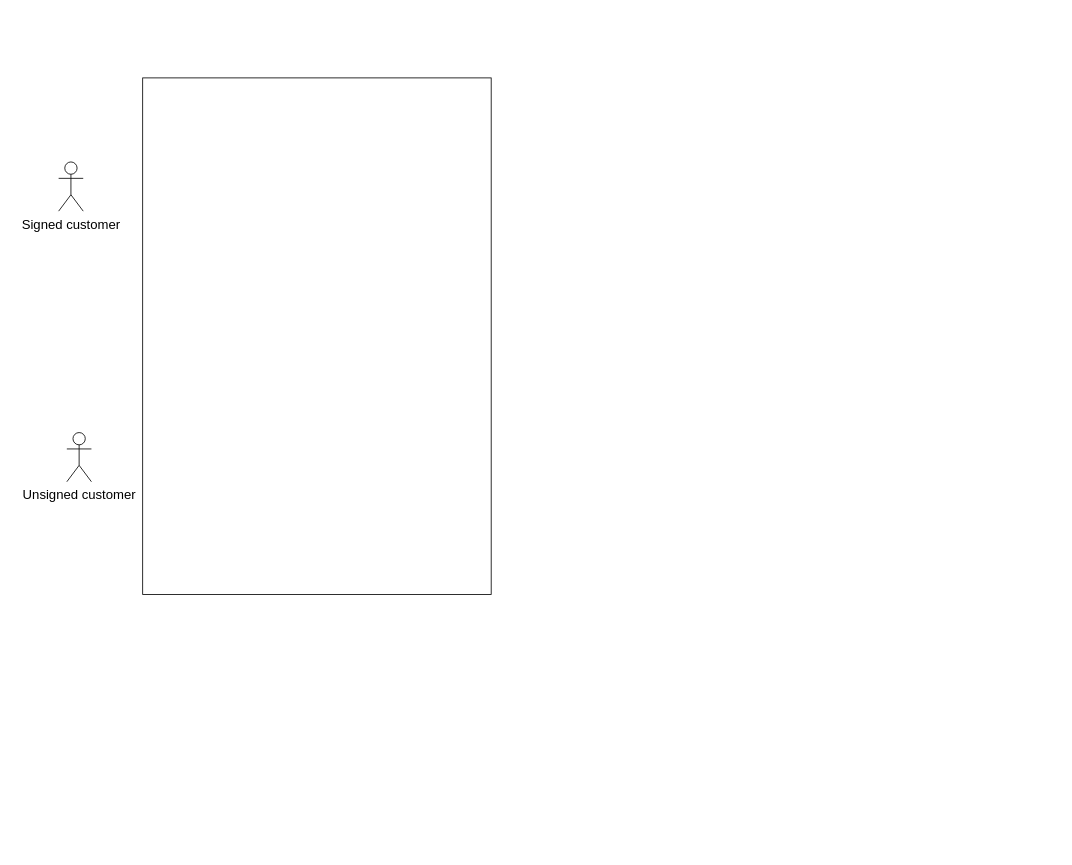
The draw.io diagram Untitled Diagram.drawio in linhpham39/Web-technology-E-service, before the edit. Source tidied: cells renumbered, new cells numbered last; positions are measured from the earlier drawing's top-left corner, leaving out a move shared by most shapes. Both pictures are drawn from the tidied source at 82%, with x=0, y=0 at pixel (58, 162).
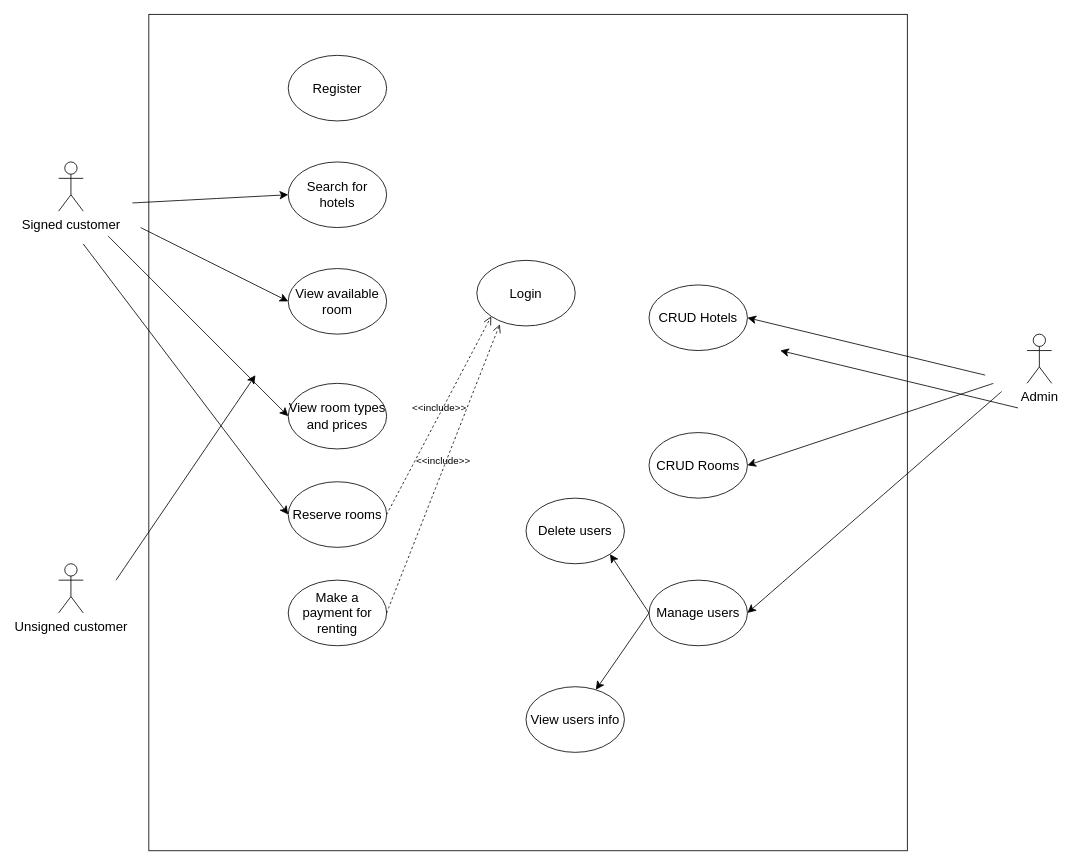
The same page after the edit.

Diff of the diagram source:
```diff
@@
     <mxCell id="2" style="rounded=0;whiteSpace=wrap;html=1;fontSize=16;rotation=90;" parent="1" vertex="1">
-      <mxGeometry width="630" height="425" as="geometry" />
+      <mxGeometry x="62.5" y="-132.5" width="1020" height="925" as="geometry" />
     </mxCell>
@@
     <mxCell id="4" value="Unsigned customer" style="shape=umlActor;verticalLabelPosition=bottom;verticalAlign=top;html=1;fontSize=16;rotation=0;" parent="1" vertex="1">
-      <mxGeometry x="10" y="330" width="30" height="60" as="geometry" />
+      <mxGeometry y="490" width="30" height="60" as="geometry" />
     </mxCell>
+    <mxCell id="5" value="Register" style="ellipse;whiteSpace=wrap;html=1;fontSize=16;" parent="1" vertex="1">
+      <mxGeometry x="280" y="-130" width="120" height="80" as="geometry" />
+    </mxCell>
+    <mxCell id="6" value="Search for hotels" style="ellipse;whiteSpace=wrap;html=1;fontSize=16;" parent="1" vertex="1">
+      <mxGeometry x="280" width="120" height="80" as="geometry" />
+    </mxCell>
+    <mxCell id="7" value="View available room" style="ellipse;whiteSpace=wrap;html=1;fontSize=16;" parent="1" vertex="1">
+      <mxGeometry x="280" y="130" width="120" height="80" as="geometry" />
+    </mxCell>
+    <mxCell id="8" value="View room types and prices" style="ellipse;whiteSpace=wrap;html=1;fontSize=16;" parent="1" vertex="1">
+      <mxGeometry x="280" y="270" width="120" height="80" as="geometry" />
+    </mxCell>
+    <mxCell id="9" value="Reserve rooms" style="ellipse;whiteSpace=wrap;html=1;fontSize=16;" parent="1" vertex="1">
+      <mxGeometry x="280" y="390" width="120" height="80" as="geometry" />
+    </mxCell>
+    <mxCell id="10" value="Make a payment for renting" style="ellipse;whiteSpace=wrap;html=1;fontSize=16;" parent="1" vertex="1">
+      <mxGeometry x="280" y="510" width="120" height="80" as="geometry" />
+    </mxCell>
+    <mxCell id="11" value="Login" style="ellipse;whiteSpace=wrap;html=1;fontSize=16;" parent="1" vertex="1">
+      <mxGeometry x="510" y="120" width="120" height="80" as="geometry" />
+    </mxCell>
+    <mxCell id="12" value="&amp;lt;&amp;lt;include&amp;gt;&amp;gt;" style="html=1;verticalAlign=bottom;labelBackgroundColor=none;endArrow=open;endFill=0;dashed=1;rounded=0;fontSize=12;startSize=8;endSize=8;curved=1;exitX=1;exitY=0.5;exitDx=0;exitDy=0;entryX=0;entryY=1;entryDx=0;entryDy=0;" parent="1" edge="1" source="9" target="11">
+      <mxGeometry relative="1" as="geometry" />
+    </mxCell>
+    <mxCell id="13" style="endArrow=classic;html=1;rounded=0;fontSize=12;startSize=8;endSize=8;curved=1;entryX=0;entryY=0.5;entryDx=0;entryDy=0;" parent="1" edge="1" target="6">
+      <mxGeometry relative="1" as="geometry">
+        <mxPoint x="90" y="50" as="sourcePoint" />
+      </mxGeometry>
+    </mxCell>
+    <mxCell id="14" style="endArrow=classic;html=1;rounded=0;fontSize=12;startSize=8;endSize=8;curved=1;entryX=0;entryY=0.5;entryDx=0;entryDy=0;" parent="1" edge="1" target="7">
+      <mxGeometry relative="1" as="geometry">
+        <mxPoint x="100" y="80" as="sourcePoint" />
+      </mxGeometry>
+    </mxCell>
+    <mxCell id="15" style="endArrow=classic;html=1;rounded=0;fontSize=12;startSize=8;endSize=8;curved=1;entryX=0;entryY=0.5;entryDx=0;entryDy=0;" parent="1" edge="1" target="8">
+      <mxGeometry relative="1" as="geometry">
+        <mxPoint x="60" y="90" as="sourcePoint" />
+      </mxGeometry>
+    </mxCell>
+    <mxCell id="16" style="endArrow=classic;html=1;rounded=0;fontSize=12;startSize=8;endSize=8;curved=1;entryX=0;entryY=0.5;entryDx=0;entryDy=0;" parent="1" edge="1" target="9">
+      <mxGeometry relative="1" as="geometry">
+        <mxPoint x="30" y="100" as="sourcePoint" />
+      </mxGeometry>
+    </mxCell>
+    <mxCell id="17" value="&amp;lt;&amp;lt;include&amp;gt;&amp;gt;" style="html=1;verticalAlign=bottom;labelBackgroundColor=none;endArrow=open;endFill=0;dashed=1;rounded=0;fontSize=12;startSize=8;endSize=8;curved=1;exitX=1;exitY=0.5;exitDx=0;exitDy=0;entryX=0;entryY=1;entryDx=0;entryDy=0;" parent="1" edge="1" source="10">
+      <mxGeometry relative="1" as="geometry">
+        <mxPoint x="538" y="198" as="targetPoint" />
+      </mxGeometry>
+    </mxCell>
+    <mxCell id="18" value="CRUD Hotels" style="ellipse;whiteSpace=wrap;html=1;fontSize=16;" parent="1" vertex="1">
+      <mxGeometry x="720" y="150" width="120" height="80" as="geometry" />
+    </mxCell>
+    <mxCell id="19" value="CRUD Rooms" style="ellipse;whiteSpace=wrap;html=1;fontSize=16;" parent="1" vertex="1">
+      <mxGeometry x="720" y="330" width="120" height="80" as="geometry" />
+    </mxCell>
+    <mxCell id="20" value="Manage users" style="ellipse;whiteSpace=wrap;html=1;fontSize=16;" parent="1" vertex="1">
+      <mxGeometry x="720" y="510" width="120" height="80" as="geometry" />
+    </mxCell>
+    <mxCell id="21" value="View users info" style="ellipse;whiteSpace=wrap;html=1;fontSize=16;" parent="1" vertex="1">
+      <mxGeometry x="570" y="640" width="120" height="80" as="geometry" />
+    </mxCell>
+    <mxCell id="22" value="Delete users" style="ellipse;whiteSpace=wrap;html=1;fontSize=16;" parent="1" vertex="1">
+      <mxGeometry x="570" y="410" width="120" height="80" as="geometry" />
+    </mxCell>
+    <mxCell id="23" style="endArrow=classic;html=1;rounded=0;fontSize=12;startSize=8;endSize=8;curved=1;exitX=0;exitY=0.5;exitDx=0;exitDy=0;entryX=1;entryY=1;entryDx=0;entryDy=0;" parent="1" edge="1" source="20" target="22">
+      <mxGeometry relative="1" as="geometry" />
+    </mxCell>
+    <mxCell id="24" style="endArrow=classic;html=1;rounded=0;fontSize=12;startSize=8;endSize=8;curved=1;" parent="1" edge="1" target="21">
+      <mxGeometry relative="1" as="geometry">
+        <mxPoint x="720" y="550" as="sourcePoint" />
+      </mxGeometry>
+    </mxCell>
+    <mxCell id="25" value="Admin" style="shape=umlActor;verticalLabelPosition=bottom;verticalAlign=top;html=1;fontSize=16;" parent="1" vertex="1">
+      <mxGeometry x="1181" y="210" width="30" height="60" as="geometry" />
+    </mxCell>
+    <mxCell id="26" style="endArrow=classic;html=1;rounded=0;fontSize=12;startSize=8;endSize=8;curved=1;entryX=1;entryY=0.5;entryDx=0;entryDy=0;" parent="1" edge="1" target="18">
+      <mxGeometry relative="1" as="geometry">
+        <mxPoint x="1130" y="260" as="sourcePoint" />
+      </mxGeometry>
+    </mxCell>
+    <mxCell id="27" style="endArrow=classic;html=1;rounded=0;fontSize=12;startSize=8;endSize=8;curved=1;entryX=1;entryY=0.5;entryDx=0;entryDy=0;" parent="1" edge="1" target="19">
+      <mxGeometry relative="1" as="geometry">
+        <mxPoint x="1140" y="270" as="sourcePoint" />
+      </mxGeometry>
+    </mxCell>
+    <mxCell id="28" style="endArrow=classic;html=1;rounded=0;fontSize=12;startSize=8;endSize=8;curved=1;entryX=1;entryY=0.5;entryDx=0;entryDy=0;" parent="1" edge="1" target="20">
+      <mxGeometry relative="1" as="geometry">
+        <mxPoint x="1150" y="280" as="sourcePoint" />
+      </mxGeometry>
+    </mxCell>
+    <mxCell id="29" style="endArrow=classic;html=1;rounded=0;fontSize=12;startSize=8;endSize=8;curved=1;" parent="1" edge="1">
+      <mxGeometry relative="1" as="geometry">
+        <mxPoint x="70" y="510" as="sourcePoint" />
+        <mxPoint x="240" y="260" as="targetPoint" />
+      </mxGeometry>
+    </mxCell>
+    <mxCell id="30" style="endArrow=classic;html=1;rounded=0;fontSize=12;startSize=8;endSize=8;curved=1;entryX=1;entryY=0.5;entryDx=0;entryDy=0;" parent="1" edge="1">
+      <mxGeometry relative="1" as="geometry">
+        <mxPoint x="1170" y="300" as="sourcePoint" />
+        <mxPoint x="880" y="230" as="targetPoint" />
+      </mxGeometry>
+    </mxCell>
```
